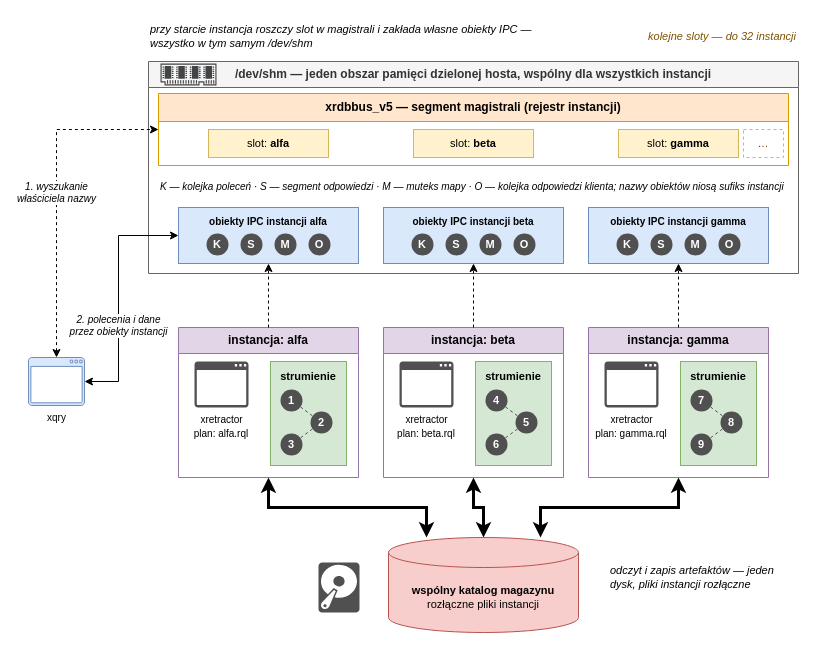
michalwidera/dokumentacja-rdb keeps this draw.io diagram as page "Magistrala Prosta - ikony" (13 of 13) of assets/zrodlo-rysunkow.drawio. Above is the earlier version. Source tidied: cells renumbered, new cells numbered last; positions are measured from the earlier drawing's top-left corner, leaving out a move shared by most shapes. Both pictures are drawn from the tidied source at 100%, with x=0, y=0 at pixel (28, 17).
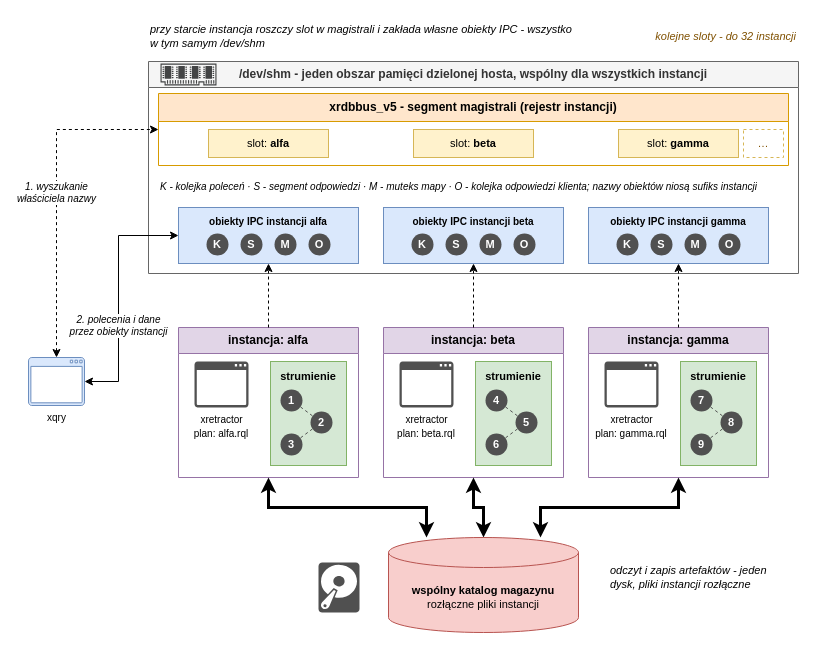
After the change.

Change to the diagram source:
```diff
@@
-    <mxCell id="2" value="przy starcie instancja roszczy slot w magistrali i zakłada własne obiekty IPC — wszystko w tym samym /dev/shm" style="text;html=1;whiteSpace=wrap;overflow=hidden;align=left;verticalAlign=middle;fontSize=11;fontStyle=2;" parent="1" vertex="1">
+    <mxCell id="2" value="przy starcie instancja roszczy slot w magistrali i zakłada własne obiekty IPC - wszystko w tym samym /dev/shm" style="text;html=1;whiteSpace=wrap;overflow=hidden;align=left;verticalAlign=middle;fontSize=11;fontStyle=2;" parent="1" vertex="1">
       <mxGeometry x="120" width="430" height="38" as="geometry" />
     </mxCell>
-    <mxCell id="3" value="kolejne sloty — do 32 instancji" style="text;html=1;whiteSpace=wrap;overflow=hidden;align=right;verticalAlign=middle;fontSize=11;fontStyle=2;fontColor=#7F5000;" parent="1" vertex="1">
+    <mxCell id="3" value="kolejne sloty - do 32 instancji" style="text;html=1;whiteSpace=wrap;overflow=hidden;align=right;verticalAlign=middle;fontSize=11;fontStyle=2;fontColor=#7F5000;" parent="1" vertex="1">
       <mxGeometry x="560" width="210" height="38" as="geometry" />
     </mxCell>
-    <mxCell id="4" value="&lt;b&gt;/dev/shm&lt;/b&gt; — jeden obszar pamięci dzielonej hosta, wspólny dla wszystkich instancji" style="swimlane;whiteSpace=wrap;html=1;fillColor=#f5f5f5;strokeColor=#666666;fontColor=#333333;startSize=26;" parent="1" vertex="1">
+    <mxCell id="4" value="&lt;b&gt;/dev/shm&lt;/b&gt; - jeden obszar pamięci dzielonej hosta, wspólny dla wszystkich instancji" style="swimlane;whiteSpace=wrap;html=1;fillColor=#f5f5f5;strokeColor=#666666;fontColor=#333333;startSize=26;" parent="1" vertex="1">
       <mxGeometry x="120" y="44" width="650" height="212" as="geometry" />
     </mxCell>
@@
-    <mxCell id="6" value="&lt;b&gt;xrdbbus_v5&lt;/b&gt; — segment magistrali (rejestr instancji)" style="swimlane;whiteSpace=wrap;html=1;fillColor=#ffe6cc;strokeColor=#d79b00;startSize=28;" parent="4" vertex="1">
+    <mxCell id="6" value="&lt;b&gt;xrdbbus_v5&lt;/b&gt; - segment magistrali (rejestr instancji)" style="swimlane;whiteSpace=wrap;html=1;fillColor=#ffe6cc;strokeColor=#d79b00;startSize=28;" parent="4" vertex="1">
       <mxGeometry x="10" y="32" width="630" height="72" as="geometry" />
     </mxCell>
@@
-    <mxCell id="26" value="K — kolejka poleceń · S — segment odpowiedzi · M — muteks mapy · O — kolejka odpowiedzi klienta; nazwy obiektów niosą sufiks instancji" style="text;html=1;whiteSpace=wrap;overflow=hidden;align=left;verticalAlign=middle;fontSize=10;fontStyle=2;" parent="4" vertex="1">
+    <mxCell id="26" value="K - kolejka poleceń · S - segment odpowiedzi · M - muteks mapy · O - kolejka odpowiedzi klienta; nazwy obiektów niosą sufiks instancji" style="text;html=1;whiteSpace=wrap;overflow=hidden;align=left;verticalAlign=middle;fontSize=10;fontStyle=2;" parent="4" vertex="1">
       <mxGeometry x="10" y="110" width="630" height="30" as="geometry" />
     </mxCell>
@@
-    <mxCell id="62" value="odczyt i zapis artefaktów — jeden dysk, pliki instancji rozłączne" style="text;html=1;whiteSpace=wrap;overflow=hidden;align=left;verticalAlign=middle;fontSize=11;fontStyle=2;" parent="1" vertex="1">
+    <mxCell id="62" value="odczyt i zapis artefaktów - jeden dysk, pliki instancji rozłączne" style="text;html=1;whiteSpace=wrap;overflow=hidden;align=left;verticalAlign=middle;fontSize=11;fontStyle=2;" parent="1" vertex="1">
       <mxGeometry x="580" y="535" width="180" height="50" as="geometry" />
     </mxCell>
```
